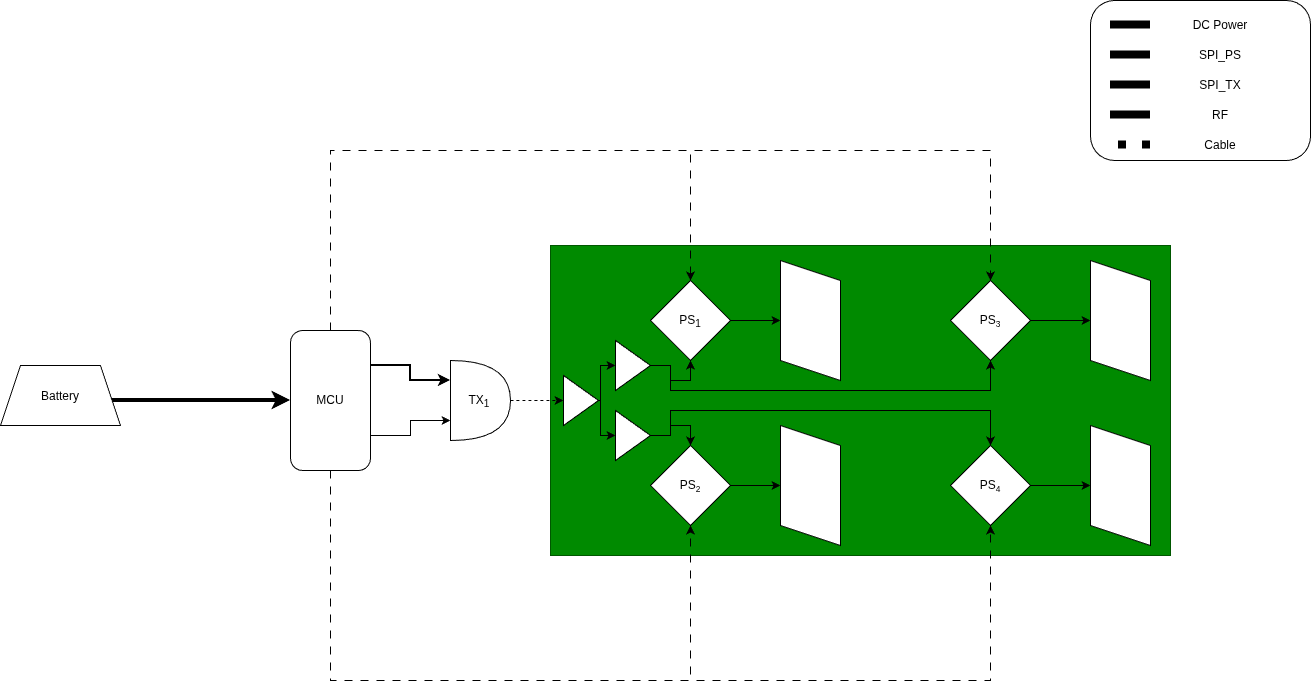
This is Documentation/ARES_Goals_And_Objectives/PAA/PAA_Block_Diagram.png from K-Eckert15/ARES, a draw.io export, as it was before one commit. Source tidied: cells renumbered, new cells last; positions are measured from the earlier drawing's top-left corner, leaving out a move shared by most shapes.
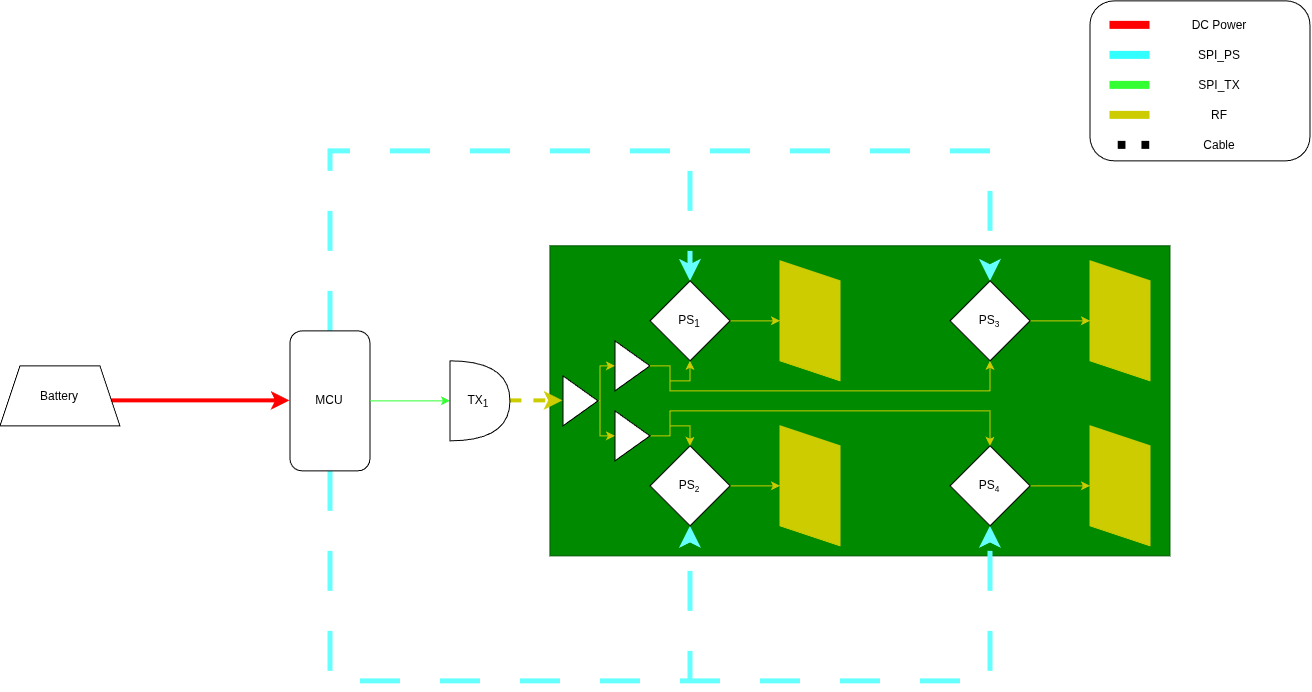
Above is the later version.

Diff of the diagram source:
```diff
@@ -1,11 +1,11 @@
-<mxGraphModel background="light-dark(#FFFFFF,#B3B3B3)">
+<mxGraphModel>
   <root>
     <mxCell id="0" />
     <mxCell id="1" parent="0" />
     <mxCell id="2" style="rounded=0;whiteSpace=wrap;html=1;fillColor=#008a00;fontColor=#ffffff;strokeColor=#005700;" parent="1" vertex="1">
       <mxGeometry x="550" y="245" width="620" height="310" as="geometry" />
     </mxCell>
-    <mxCell id="3" style="edgeStyle=orthogonalEdgeStyle;rounded=0;jettySize=auto;html=1;entryX=0.5;entryY=0;entryDx=0;entryDy=0;dashed=1;dashPattern=8 8;strokeColor=light-dark(#000000,#66FFFF);" parent="1" edge="1" source="7" target="11">
+    <mxCell id="3" style="edgeStyle=orthogonalEdgeStyle;rounded=0;jettySize=auto;html=1;entryX=0.5;entryY=0;entryDx=0;entryDy=0;dashed=1;dashPattern=8 8;strokeColor=#66FFFF;strokeWidth=5;" parent="1" edge="1" source="7" target="11">
       <mxGeometry relative="1" as="geometry">
         <Array as="points">
           <mxPoint x="330" y="150" />
@@ -13,7 +13,7 @@
         </Array>
       </mxGeometry>
     </mxCell>
-    <mxCell id="4" style="edgeStyle=orthogonalEdgeStyle;rounded=0;jettySize=auto;html=1;entryX=0.5;entryY=0;entryDx=0;entryDy=0;dashed=1;dashPattern=8 8;strokeColor=light-dark(#000000,#66FFFF);" parent="1" edge="1" source="7" target="15">
+    <mxCell id="4" style="edgeStyle=orthogonalEdgeStyle;rounded=0;jettySize=auto;html=1;entryX=0.5;entryY=0;entryDx=0;entryDy=0;dashed=1;dashPattern=8 8;strokeColor=#66FFFF;strokeWidth=5;" parent="1" edge="1" source="7" target="15">
       <mxGeometry relative="1" as="geometry">
         <Array as="points">
           <mxPoint x="330" y="150" />
@@ -21,7 +21,7 @@
         </Array>
       </mxGeometry>
     </mxCell>
-    <mxCell id="5" style="edgeStyle=orthogonalEdgeStyle;rounded=0;jettySize=auto;html=1;entryX=0.5;entryY=1;entryDx=0;entryDy=0;dashed=1;dashPattern=8 8;strokeColor=light-dark(#000000,#66FFFF);" parent="1" edge="1" source="7" target="13">
+    <mxCell id="5" style="edgeStyle=orthogonalEdgeStyle;rounded=0;jettySize=auto;html=1;entryX=0.5;entryY=1;entryDx=0;entryDy=0;dashed=1;dashPattern=8 8;strokeColor=#66FFFF;strokeWidth=5;" parent="1" edge="1" source="7" target="13">
       <mxGeometry relative="1" as="geometry">
         <Array as="points">
           <mxPoint x="330" y="680" />
@@ -29,7 +29,7 @@
         </Array>
       </mxGeometry>
     </mxCell>
-    <mxCell id="6" style="edgeStyle=orthogonalEdgeStyle;rounded=0;jettySize=auto;html=1;entryX=0.5;entryY=1;entryDx=0;entryDy=0;dashed=1;dashPattern=8 8;strokeColor=light-dark(#000000,#66FFFF);" parent="1" edge="1" source="7" target="17">
+    <mxCell id="6" style="edgeStyle=orthogonalEdgeStyle;rounded=0;jettySize=auto;html=1;entryX=0.5;entryY=1;entryDx=0;entryDy=0;dashed=1;dashPattern=8 8;strokeColor=#66FFFF;strokeWidth=5;" parent="1" edge="1" source="7" target="17">
       <mxGeometry relative="1" as="geometry">
         <Array as="points">
           <mxPoint x="330" y="680" />
@@ -40,49 +40,49 @@
     <mxCell id="7" value="MCU" style="rounded=1;whiteSpace=wrap;html=1;" parent="1" vertex="1">
       <mxGeometry x="290" y="330" width="80" height="140" as="geometry" />
     </mxCell>
-    <mxCell id="8" style="edgeStyle=orthogonalEdgeStyle;curved=1;rounded=0;jettySize=auto;html=1;exitX=1;exitY=0.5;exitDx=0;exitDy=0;exitPerimeter=0;entryX=0;entryY=0.5;entryDx=0;entryDy=0;strokeColor=light-dark(#000000,#CCCC00);dashed=1;" parent="1" edge="1" source="9" target="39">
+    <mxCell id="8" style="edgeStyle=orthogonalEdgeStyle;curved=1;rounded=0;jettySize=auto;html=1;exitX=1;exitY=0.5;exitDx=0;exitDy=0;exitPerimeter=0;entryX=0;entryY=0.5;entryDx=0;entryDy=0;strokeColor=light-dark(#CCCC00,#999900);dashed=1;strokeWidth=4;" parent="1" edge="1" source="9" target="39">
       <mxGeometry relative="1" as="geometry" />
     </mxCell>
     <mxCell id="9" value="TX&lt;sub&gt;1&lt;/sub&gt;" style="shape=or;whiteSpace=wrap;html=1;shapeInside=1;rotation=0;" parent="1" vertex="1">
       <mxGeometry x="450" y="360" width="60" height="80" as="geometry" />
     </mxCell>
-    <mxCell id="10" value="&lt;div&gt;&lt;br&gt;&lt;/div&gt;&lt;div&gt;&lt;br&gt;&lt;/div&gt;" style="edgeStyle=orthogonalEdgeStyle;curved=1;rounded=0;jettySize=auto;html=1;exitX=1;exitY=0.5;exitDx=0;exitDy=0;entryX=0.5;entryY=0;entryDx=0;entryDy=0;strokeColor=light-dark(#000000,#CCCC00);" parent="1" edge="1" source="11" target="18">
+    <mxCell id="10" value="&lt;div&gt;&lt;br&gt;&lt;/div&gt;&lt;div&gt;&lt;br&gt;&lt;/div&gt;" style="edgeStyle=orthogonalEdgeStyle;curved=1;rounded=0;jettySize=auto;html=1;exitX=1;exitY=0.5;exitDx=0;exitDy=0;entryX=0.5;entryY=0;entryDx=0;entryDy=0;strokeColor=light-dark(#CCCC00,#999900);" parent="1" edge="1" source="11" target="18">
       <mxGeometry relative="1" as="geometry" />
     </mxCell>
-    <mxCell id="11" value="PS&lt;sub&gt;1&lt;/sub&gt;" style="rhombus;whiteSpace=wrap;html=1;shapeInside=1;" parent="1" vertex="1">
+    <mxCell id="11" value="PS&lt;sub&gt;1&lt;/sub&gt;" style="rhombus;whiteSpace=wrap;html=1;shapeInside=1;fillColor=light-dark(#FFFFFF,#121212);fontStyle=4;" parent="1" vertex="1">
       <mxGeometry x="650" y="280" width="80" height="80" as="geometry" />
     </mxCell>
-    <mxCell id="12" style="edgeStyle=orthogonalEdgeStyle;curved=1;rounded=0;jettySize=auto;html=1;exitX=1;exitY=0.5;exitDx=0;exitDy=0;entryX=0.5;entryY=0;entryDx=0;entryDy=0;strokeColor=light-dark(#000000,#CCCC00);" parent="1" edge="1" source="13" target="19">
+    <mxCell id="12" style="edgeStyle=orthogonalEdgeStyle;curved=1;rounded=0;jettySize=auto;html=1;exitX=1;exitY=0.5;exitDx=0;exitDy=0;entryX=0.5;entryY=0;entryDx=0;entryDy=0;strokeColor=light-dark(#CCCC00,#999900);" parent="1" edge="1" source="13" target="19">
       <mxGeometry relative="1" as="geometry" />
     </mxCell>
-    <mxCell id="13" value="PS&lt;span style=&quot;font-size: 10px;&quot;&gt;&lt;sub&gt;2&lt;/sub&gt;&lt;/span&gt;" style="rhombus;whiteSpace=wrap;html=1;shapeInside=1;" parent="1" vertex="1">
+    <mxCell id="13" value="PS&lt;span style=&quot;font-size: 10px;&quot;&gt;&lt;sub&gt;2&lt;/sub&gt;&lt;/span&gt;" style="rhombus;whiteSpace=wrap;html=1;shapeInside=1;fillColor=light-dark(#FFFFFF,#121212);fontStyle=4;" parent="1" vertex="1">
       <mxGeometry x="650" y="445" width="80" height="80" as="geometry" />
     </mxCell>
-    <mxCell id="14" style="edgeStyle=orthogonalEdgeStyle;curved=1;rounded=0;jettySize=auto;html=1;exitX=1;exitY=0.5;exitDx=0;exitDy=0;entryX=0.5;entryY=0;entryDx=0;entryDy=0;strokeColor=light-dark(#000000,#CCCC00);" parent="1" edge="1" source="15" target="21">
+    <mxCell id="14" style="edgeStyle=orthogonalEdgeStyle;curved=1;rounded=0;jettySize=auto;html=1;exitX=1;exitY=0.5;exitDx=0;exitDy=0;entryX=0.5;entryY=0;entryDx=0;entryDy=0;strokeColor=light-dark(#CCCC00,#999900);" parent="1" edge="1" source="15" target="21">
       <mxGeometry relative="1" as="geometry" />
     </mxCell>
-    <mxCell id="15" value="PS&lt;span style=&quot;font-size: 10px;&quot;&gt;&lt;sub&gt;3&lt;/sub&gt;&lt;/span&gt;" style="rhombus;whiteSpace=wrap;html=1;shapeInside=1;" parent="1" vertex="1">
+    <mxCell id="15" value="PS&lt;span style=&quot;font-size: 10px;&quot;&gt;&lt;sub&gt;3&lt;/sub&gt;&lt;/span&gt;" style="rhombus;whiteSpace=wrap;html=1;shapeInside=1;fillColor=light-dark(#FFFFFF,#121212);fontStyle=4;" parent="1" vertex="1">
       <mxGeometry x="950" y="280" width="80" height="80" as="geometry" />
     </mxCell>
-    <mxCell id="16" style="edgeStyle=orthogonalEdgeStyle;curved=1;rounded=0;jettySize=auto;html=1;exitX=1;exitY=0.5;exitDx=0;exitDy=0;entryX=0.5;entryY=0;entryDx=0;entryDy=0;strokeColor=light-dark(#000000,#CCCC00);" parent="1" edge="1" source="17" target="20">
+    <mxCell id="16" style="edgeStyle=orthogonalEdgeStyle;curved=1;rounded=0;jettySize=auto;html=1;exitX=1;exitY=0.5;exitDx=0;exitDy=0;entryX=0.5;entryY=0;entryDx=0;entryDy=0;strokeColor=light-dark(#CCCC00,#999900);" parent="1" edge="1" source="17" target="20">
       <mxGeometry relative="1" as="geometry" />
     </mxCell>
-    <mxCell id="17" value="PS&lt;span style=&quot;font-size: 10px;&quot;&gt;&lt;sub&gt;4&lt;/sub&gt;&lt;/span&gt;" style="rhombus;whiteSpace=wrap;html=1;shapeInside=1;" parent="1" vertex="1">
+    <mxCell id="17" value="PS&lt;span style=&quot;font-size: 10px;&quot;&gt;&lt;sub&gt;4&lt;/sub&gt;&lt;/span&gt;" style="rhombus;whiteSpace=wrap;html=1;shapeInside=1;fillColor=light-dark(#FFFFFF,#121212);fontStyle=4;" parent="1" vertex="1">
       <mxGeometry x="950" y="445" width="80" height="80" as="geometry" />
     </mxCell>
-    <mxCell id="18" style="shape=parallelogram;perimeter=parallelogramPerimeter;whiteSpace=wrap;html=1;shapeInside=1;fixedSize=1;rotation=-90;strokeColor=light-dark(#000000,#999900);fillColor=light-dark(#FFFFFF,#CCCC00);" parent="1" vertex="1">
+    <mxCell id="18" style="shape=parallelogram;perimeter=parallelogramPerimeter;whiteSpace=wrap;html=1;shapeInside=1;fixedSize=1;rotation=-90;strokeColor=light-dark(#CCCC00,#999900);fillColor=light-dark(#CCCC00,#CCCC00);" parent="1" vertex="1">
       <mxGeometry x="750" y="290" width="120" height="60" as="geometry" />
     </mxCell>
-    <mxCell id="19" style="shape=parallelogram;perimeter=parallelogramPerimeter;whiteSpace=wrap;html=1;shapeInside=1;fixedSize=1;rotation=-90;strokeColor=light-dark(#000000,#999900);fillColor=light-dark(#FFFFFF,#CCCC00);" parent="1" vertex="1">
+    <mxCell id="19" style="shape=parallelogram;perimeter=parallelogramPerimeter;whiteSpace=wrap;html=1;shapeInside=1;fixedSize=1;rotation=-90;strokeColor=light-dark(#CCCC00,#999900);fillColor=light-dark(#CCCC00,#CCCC00);" parent="1" vertex="1">
       <mxGeometry x="750" y="455" width="120" height="60" as="geometry" />
     </mxCell>
-    <mxCell id="20" style="shape=parallelogram;perimeter=parallelogramPerimeter;whiteSpace=wrap;html=1;shapeInside=1;fixedSize=1;rotation=-90;strokeColor=light-dark(#000000,#999900);fillColor=light-dark(#FFFFFF,#CCCC00);" parent="1" vertex="1">
+    <mxCell id="20" style="shape=parallelogram;perimeter=parallelogramPerimeter;whiteSpace=wrap;html=1;shapeInside=1;fixedSize=1;rotation=-90;strokeColor=light-dark(#CCCC00,#999900);fillColor=light-dark(#CCCC00,#CCCC00);" parent="1" vertex="1">
       <mxGeometry x="1060" y="455" width="120" height="60" as="geometry" />
     </mxCell>
-    <mxCell id="21" style="shape=parallelogram;perimeter=parallelogramPerimeter;whiteSpace=wrap;html=1;shapeInside=1;fixedSize=1;rotation=-90;strokeColor=light-dark(#000000,#999900);fillColor=light-dark(#FFFFFF,#CCCC00);" parent="1" vertex="1">
+    <mxCell id="21" style="shape=parallelogram;perimeter=parallelogramPerimeter;whiteSpace=wrap;html=1;shapeInside=1;fixedSize=1;rotation=-90;strokeColor=light-dark(#CCCC00,#999900);fillColor=light-dark(#CCCC00,#CCCC00);" parent="1" vertex="1">
       <mxGeometry x="1060" y="290" width="120" height="60" as="geometry" />
     </mxCell>
-    <mxCell id="22" style="edgeStyle=orthogonalEdgeStyle;rounded=0;jettySize=auto;html=1;entryX=0;entryY=0.5;entryDx=0;entryDy=0;strokeColor=light-dark(#000000,#FF0000);strokeWidth=4;exitX=1;exitY=0.5;exitDx=0;exitDy=0;" parent="1" edge="1" target="7">
+    <mxCell id="22" style="edgeStyle=orthogonalEdgeStyle;rounded=0;jettySize=auto;html=1;entryX=0;entryY=0.5;entryDx=0;entryDy=0;strokeColor=light-dark(#FF0000,#000000);strokeWidth=4;exitX=1;exitY=0.5;exitDx=0;exitDy=0;" parent="1" edge="1" target="7">
       <mxGeometry relative="1" as="geometry">
         <mxPoint x="90" y="410" as="sourcePoint" />
         <Array as="points">
@@ -93,19 +93,16 @@
     <mxCell id="23" value="Battery" style="shape=trapezoid;perimeter=trapezoidPerimeter;whiteSpace=wrap;html=1;shapeInside=1;fixedSize=1;" parent="1" vertex="1">
       <mxGeometry y="365" width="120" height="60" as="geometry" />
     </mxCell>
-    <mxCell id="24" style="edgeStyle=orthogonalEdgeStyle;rounded=0;jettySize=auto;html=1;exitX=1;exitY=0.75;exitDx=0;exitDy=0;entryX=0;entryY=0.75;entryDx=0;entryDy=0;entryPerimeter=0;strokeColor=light-dark(#000000,#33FF33);" parent="1" edge="1" source="7" target="9">
+    <mxCell id="24" style="edgeStyle=orthogonalEdgeStyle;rounded=0;jettySize=auto;html=1;exitX=1;exitY=0.5;exitDx=0;exitDy=0;entryX=0;entryY=0.5;entryDx=0;entryDy=0;entryPerimeter=0;strokeColor=light-dark(#33FF33,#000000);fillColor=#B3FF66;" parent="1" edge="1" source="7" target="9">
       <mxGeometry relative="1" as="geometry" />
     </mxCell>
-    <mxCell id="25" style="edgeStyle=orthogonalEdgeStyle;rounded=0;jettySize=auto;html=1;exitX=1;exitY=0.25;exitDx=0;exitDy=0;entryX=0;entryY=0.25;entryDx=0;entryDy=0;entryPerimeter=0;strokeColor=light-dark(#000000,#FF0000);strokeWidth=2;" parent="1" edge="1" source="7" target="9">
-      <mxGeometry relative="1" as="geometry" />
-    </mxCell>
     <mxCell id="26" style="rounded=1;whiteSpace=wrap;html=1;" parent="1" vertex="1">
       <mxGeometry x="1090" width="220" height="160" as="geometry" />
     </mxCell>
     <mxCell id="27" value="DC Power" style="text;html=1;whiteSpace=wrap;strokeColor=none;fillColor=none;align=center;verticalAlign=middle;rounded=0;" parent="1" vertex="1">
       <mxGeometry x="1190" y="10" width="60" height="30" as="geometry" />
     </mxCell>
-    <mxCell id="28" style="endArrow=none;html=1;rounded=0;fillColor=light-dark(transparent,#FF0000);strokeWidth=8;strokeColor=light-dark(#000000,#FF0000);" parent="1" edge="1">
+    <mxCell id="28" style="endArrow=none;html=1;rounded=0;fillColor=light-dark(transparent,#FF0000);strokeWidth=8;strokeColor=light-dark(#FF0000,#000000);" parent="1" edge="1">
       <mxGeometry relative="1" as="geometry">
         <mxPoint x="1150" y="24.5" as="sourcePoint" />
         <mxPoint x="1110" y="24.5" as="targetPoint" />
@@ -114,7 +111,7 @@
     <mxCell id="29" value="SPI_PS" style="text;html=1;whiteSpace=wrap;strokeColor=none;fillColor=none;align=center;verticalAlign=middle;rounded=0;" parent="1" vertex="1">
       <mxGeometry x="1190" y="40" width="60" height="30" as="geometry" />
     </mxCell>
-    <mxCell id="30" style="endArrow=none;html=1;rounded=0;fillColor=light-dark(transparent,#FF0000);strokeWidth=8;strokeColor=light-dark(#000000,#33FFFF);" parent="1" edge="1">
+    <mxCell id="30" style="endArrow=none;html=1;rounded=0;fillColor=light-dark(transparent,#FF0000);strokeWidth=8;strokeColor=light-dark(#33FFFF,#000000);" parent="1" edge="1">
       <mxGeometry relative="1" as="geometry">
         <mxPoint x="1150" y="54.5" as="sourcePoint" />
         <mxPoint x="1110" y="54.5" as="targetPoint" />
@@ -123,7 +120,7 @@
     <mxCell id="31" value="SPI_TX" style="text;html=1;whiteSpace=wrap;strokeColor=none;fillColor=none;align=center;verticalAlign=middle;rounded=0;" parent="1" vertex="1">
       <mxGeometry x="1190" y="70" width="60" height="30" as="geometry" />
     </mxCell>
-    <mxCell id="32" style="endArrow=none;html=1;rounded=0;fillColor=light-dark(transparent,#FF0000);strokeWidth=8;strokeColor=light-dark(#000000,#33FF33);" parent="1" edge="1">
+    <mxCell id="32" style="endArrow=none;html=1;rounded=0;fillColor=light-dark(transparent,#FF0000);strokeWidth=8;strokeColor=light-dark(#33FF33,#000000);" parent="1" edge="1">
       <mxGeometry relative="1" as="geometry">
         <mxPoint x="1150" y="84.5" as="sourcePoint" />
         <mxPoint x="1110" y="84.5" as="targetPoint" />
@@ -132,7 +129,7 @@
     <mxCell id="33" value="RF" style="text;html=1;whiteSpace=wrap;strokeColor=none;fillColor=none;align=center;verticalAlign=middle;rounded=0;" parent="1" vertex="1">
       <mxGeometry x="1190" y="100" width="60" height="30" as="geometry" />
     </mxCell>
-    <mxCell id="34" style="endArrow=none;html=1;rounded=0;fillColor=light-dark(transparent,#FF0000);strokeWidth=8;strokeColor=light-dark(#000000,#CCCC00);" parent="1" edge="1">
+    <mxCell id="34" style="endArrow=none;html=1;rounded=0;fillColor=light-dark(transparent,#FF0000);strokeWidth=8;strokeColor=light-dark(#CCCC00,#CCCC00);" parent="1" edge="1">
       <mxGeometry relative="1" as="geometry">
         <mxPoint x="1150" y="114.5" as="sourcePoint" />
         <mxPoint x="1110" y="114.5" as="targetPoint" />
@@ -147,7 +144,7 @@
         <mxPoint x="1110" y="144.5" as="targetPoint" />
       </mxGeometry>
     </mxCell>
-    <mxCell id="37" style="edgeStyle=orthogonalEdgeStyle;rounded=0;jettySize=auto;html=1;strokeColor=light-dark(#000000,#CCCC00);" parent="1" edge="1" source="39" target="41">
+    <mxCell id="37" style="edgeStyle=orthogonalEdgeStyle;rounded=0;jettySize=auto;html=1;strokeColor=light-dark(#CCCC00,#999900);" parent="1" edge="1" source="39" target="41">
       <mxGeometry relative="1" as="geometry">
         <Array as="points">
           <mxPoint x="600" y="400" />
@@ -155,7 +152,7 @@
         </Array>
       </mxGeometry>
     </mxCell>
-    <mxCell id="38" style="edgeStyle=orthogonalEdgeStyle;rounded=0;jettySize=auto;html=1;strokeColor=light-dark(#000000,#CCCC00);" parent="1" edge="1" source="39" target="44">
+    <mxCell id="38" style="edgeStyle=orthogonalEdgeStyle;rounded=0;jettySize=auto;html=1;strokeColor=light-dark(#CCCC00,#999900);" parent="1" edge="1" source="39" target="44">
       <mxGeometry relative="1" as="geometry">
         <Array as="points">
           <mxPoint x="600" y="400" />
@@ -166,7 +163,7 @@
     <mxCell id="39" style="triangle;whiteSpace=wrap;html=1;shapeInside=1;" parent="1" vertex="1">
       <mxGeometry x="563" y="375" width="35" height="50" as="geometry" />
     </mxCell>
-    <mxCell id="40" style="edgeStyle=orthogonalEdgeStyle;rounded=0;jettySize=auto;html=1;entryX=0.5;entryY=1;entryDx=0;entryDy=0;strokeColor=light-dark(#000000,#CCCC00);" parent="1" edge="1" source="41" target="11">
+    <mxCell id="40" style="edgeStyle=orthogonalEdgeStyle;rounded=0;jettySize=auto;html=1;entryX=0.5;entryY=1;entryDx=0;entryDy=0;strokeColor=light-dark(#CCCC00,#999900);" parent="1" edge="1" source="41" target="11">
       <mxGeometry relative="1" as="geometry">
         <Array as="points">
           <mxPoint x="670" y="365" />
@@ -178,7 +175,7 @@
     <mxCell id="41" style="triangle;whiteSpace=wrap;html=1;shapeInside=1;" parent="1" vertex="1">
       <mxGeometry x="615" y="340" width="35" height="50" as="geometry" />
     </mxCell>
-    <mxCell id="42" style="edgeStyle=orthogonalEdgeStyle;rounded=0;jettySize=auto;html=1;entryX=0.5;entryY=0;entryDx=0;entryDy=0;strokeColor=light-dark(#000000,#CCCC00);" parent="1" edge="1" source="44" target="13">
+    <mxCell id="42" style="edgeStyle=orthogonalEdgeStyle;rounded=0;jettySize=auto;html=1;entryX=0.5;entryY=0;entryDx=0;entryDy=0;strokeColor=light-dark(#CCCC00,#999900);" parent="1" edge="1" source="44" target="13">
       <mxGeometry relative="1" as="geometry">
         <Array as="points">
           <mxPoint x="670" y="435" />
@@ -187,7 +184,7 @@
         </Array>
       </mxGeometry>
     </mxCell>
-    <mxCell id="43" style="edgeStyle=orthogonalEdgeStyle;rounded=0;jettySize=auto;html=1;entryX=0.5;entryY=0;entryDx=0;entryDy=0;strokeColor=light-dark(#000000,#CCCC00);" parent="1" edge="1" source="44" target="17">
+    <mxCell id="43" style="edgeStyle=orthogonalEdgeStyle;rounded=0;jettySize=auto;html=1;entryX=0.5;entryY=0;entryDx=0;entryDy=0;strokeColor=light-dark(#CCCC00,#999900);" parent="1" edge="1" source="44" target="17">
       <mxGeometry relative="1" as="geometry">
         <Array as="points">
           <mxPoint x="670" y="435" />
@@ -199,7 +196,7 @@
     <mxCell id="44" style="triangle;whiteSpace=wrap;html=1;shapeInside=1;" parent="1" vertex="1">
       <mxGeometry x="615" y="410" width="35" height="50" as="geometry" />
     </mxCell>
-    <mxCell id="45" style="edgeStyle=orthogonalEdgeStyle;rounded=0;jettySize=auto;html=1;entryX=0.5;entryY=1;entryDx=0;entryDy=0;strokeColor=light-dark(#000000,#CCCC00);" parent="1" edge="1" source="41" target="15">
+    <mxCell id="45" style="edgeStyle=orthogonalEdgeStyle;rounded=0;jettySize=auto;html=1;entryX=0.5;entryY=1;entryDx=0;entryDy=0;strokeColor=light-dark(#CCCC00,#999900);" parent="1" edge="1" source="41" target="15">
       <mxGeometry relative="1" as="geometry">
         <Array as="points">
           <mxPoint x="670" y="365" />
```
